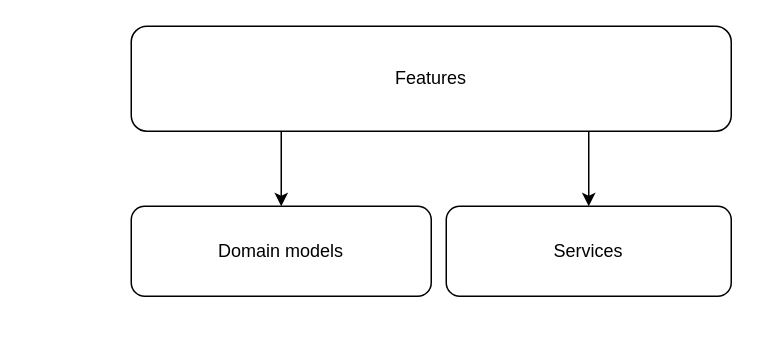
Above: Design Patterns.drawio in chavp/data-modeling (draw.io), before the change. Source tidied: cells renumbered, new cells numbered last; positions are measured from the earlier drawing's top-left corner, leaving out a move shared by most shapes. Both pictures are drawn from the tidied source at 150%, with x=0, y=0 at pixel (130, 26).
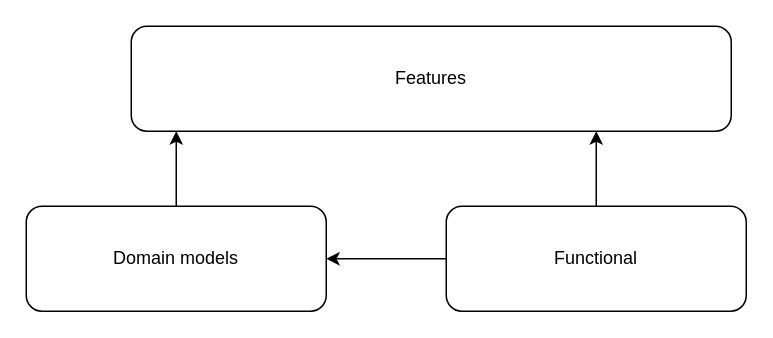
The same diagram, later.

What changed in the source:
```diff
@@
 <mxGraphModel>
   <root>
     <mxCell id="0" />
     <mxCell id="1" parent="0" />
-    <mxCell id="2" style="edgeStyle=orthogonalEdgeStyle;rounded=0;jettySize=auto;html=1;exitX=0.25;exitY=1;exitDx=0;exitDy=0;" parent="1" edge="1" source="4" target="5">
-      <mxGeometry relative="1" as="geometry" />
-    </mxCell>
-    <mxCell id="3" style="edgeStyle=orthogonalEdgeStyle;rounded=0;jettySize=auto;html=1;exitX=0.75;exitY=1;exitDx=0;exitDy=0;" parent="1" edge="1" source="4" target="6">
-      <mxGeometry relative="1" as="geometry">
-        <Array as="points">
-          <mxPoint x="305" y="70" />
-        </Array>
-      </mxGeometry>
-    </mxCell>
     <mxCell id="4" value="Features" style="rounded=1;whiteSpace=wrap;html=1;" parent="1" vertex="1">
       <mxGeometry width="400" height="70" as="geometry" />
     </mxCell>
+    <mxCell id="7" style="edgeStyle=orthogonalEdgeStyle;rounded=0;jettySize=auto;html=1;" parent="1" edge="1" source="5" target="4">
+      <mxGeometry relative="1" as="geometry">
+        <Array as="points">
+          <mxPoint x="30" y="80" />
+          <mxPoint x="30" y="80" />
+        </Array>
+      </mxGeometry>
+    </mxCell>
     <mxCell id="5" value="Domain models" style="rounded=1;whiteSpace=wrap;html=1;" parent="1" vertex="1">
-      <mxGeometry y="120" width="200" height="60" as="geometry" />
+      <mxGeometry x="-70" y="120" width="200" height="70" as="geometry" />
     </mxCell>
+    <mxCell id="8" style="edgeStyle=orthogonalEdgeStyle;rounded=0;jettySize=auto;html=1;" parent="1" edge="1" source="6" target="4">
+      <mxGeometry relative="1" as="geometry">
+        <Array as="points">
+          <mxPoint x="310" y="90" />
+          <mxPoint x="310" y="90" />
+        </Array>
+      </mxGeometry>
+    </mxCell>
+    <mxCell id="9" style="edgeStyle=orthogonalEdgeStyle;rounded=0;jettySize=auto;html=1;" parent="1" edge="1" source="6" target="5">
+      <mxGeometry relative="1" as="geometry" />
+    </mxCell>
-    <mxCell id="6" value="Services" style="rounded=1;whiteSpace=wrap;html=1;" parent="1" vertex="1">
-      <mxGeometry x="210" y="120" width="190" height="60" as="geometry" />
+    <mxCell id="6" value="Functional" style="rounded=1;whiteSpace=wrap;html=1;" parent="1" vertex="1">
+      <mxGeometry x="210" y="120" width="200" height="70" as="geometry" />
     </mxCell>
   </root>
 </mxGraphModel>
```
